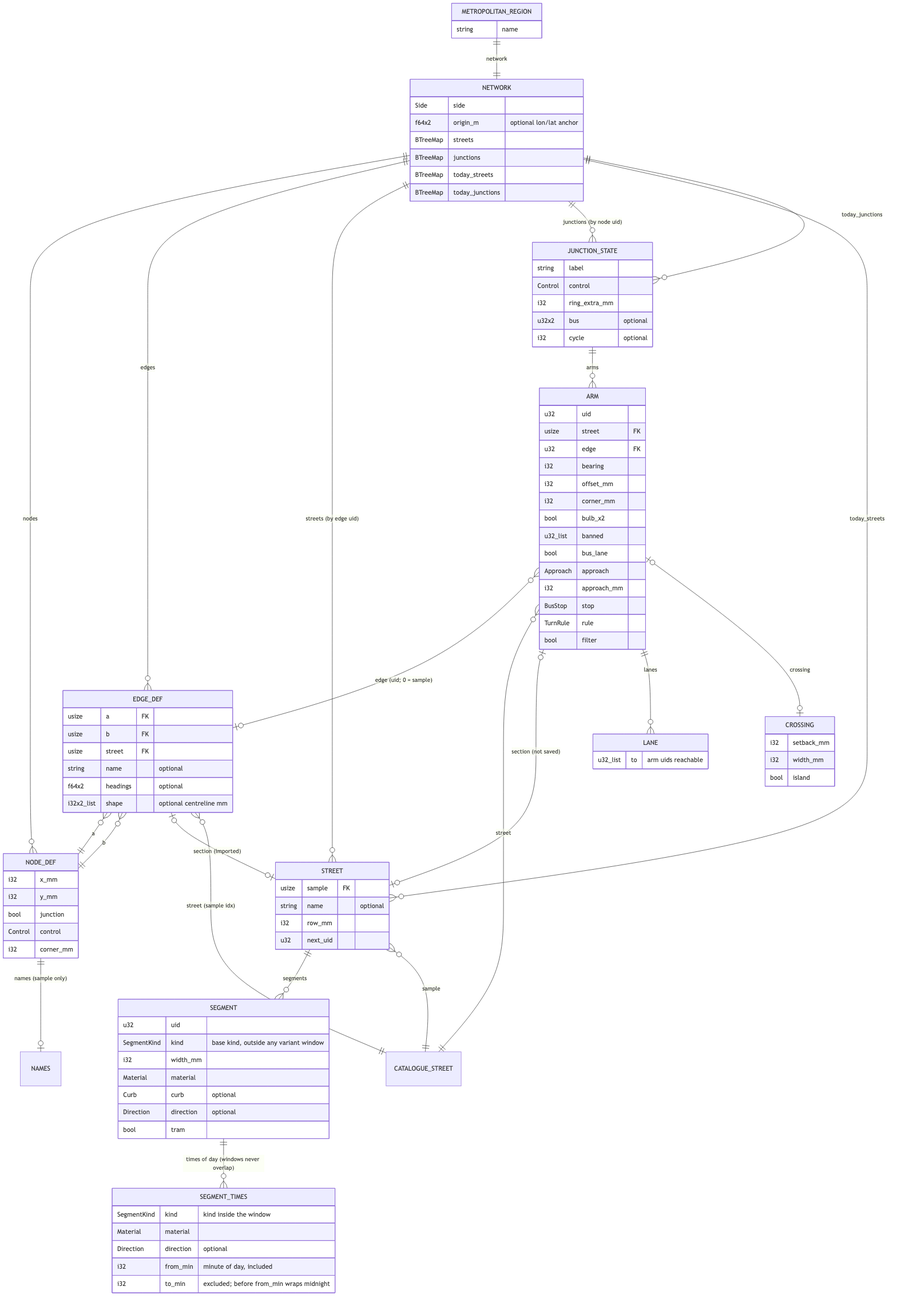
This is docs/erd.png from alandovskis/cityloom, a Mermaid export, as it was before one commit. Its source is kept beside it as docs/erd.mmd. The source it was exported from:
```mermaid
erDiagram
    METROPOLITAN_REGION ||--|| NETWORK : "network"

    NETWORK ||--o{ NODE_DEF : nodes
    NETWORK ||--o{ EDGE_DEF : edges
    NETWORK ||--o{ STREET : "streets (by edge uid)"
    NETWORK ||--o{ JUNCTION_STATE : "junctions (by node uid)"
    NETWORK ||--o{ STREET : "today_streets"
    NETWORK ||--o{ JUNCTION_STATE : "today_junctions"
    NODE_DEF ||--o| NAMES : "names (sample only)"
    EDGE_DEF }o--|| NODE_DEF : "a"
    EDGE_DEF }o--|| NODE_DEF : "b"
    EDGE_DEF |o--o| STREET : "section (imported)"
    EDGE_DEF }o--|| CATALOGUE_STREET : "street (sample idx)"

    STREET ||--o{ SEGMENT : segments
    STREET }o--|| CATALOGUE_STREET : "sample"
    SEGMENT ||--o{ SEGMENT_TIMES : "times of day (windows never overlap)"

    JUNCTION_STATE ||--o{ ARM : arms
    ARM }o--o| EDGE_DEF : "edge (uid; 0 = sample)"
    ARM }o--|| CATALOGUE_STREET : "street"
    ARM |o--o| STREET : "section (not saved)"
    ARM ||--o{ LANE : lanes
    ARM |o--o| CROSSING : crossing

    METROPOLITAN_REGION {
        string name
    }
    NETWORK {
        Side side
        f64x2 origin_m "optional lon/lat anchor"
        BTreeMap streets
        BTreeMap junctions
        BTreeMap today_streets
        BTreeMap today_junctions
    }
    NODE_DEF {
        i32 x_mm
        i32 y_mm
        bool junction
        Control control
        i32 corner_mm
    }
    EDGE_DEF {
        usize a FK
        usize b FK
        usize street FK
        string name "optional"
        f64x2 headings "optional"
        i32x2_list shape "optional centreline mm"
    }
    STREET {
        usize sample FK
        string name "optional"
        i32 row_mm
        u32 next_uid
    }
    SEGMENT {
        u32 uid
        SegmentKind kind "base kind, outside any variant window"
        i32 width_mm
        Material material
        Curb curb "optional"
        Direction direction "optional"
        bool tram
    }
    SEGMENT_TIMES {
        SegmentKind kind "kind inside the window"
        Material material
        Direction direction "optional"
        i32 from_min "minute of day, included"
        i32 to_min "excluded; before from_min wraps midnight"
    }
    JUNCTION_STATE {
        string label
        Control control
        i32 ring_extra_mm
        u32x2 bus "optional"
        i32 cycle "optional"
    }
    ARM {
        u32 uid
        usize street FK
        u32 edge FK
        i32 bearing
        i32 offset_mm
        i32 corner_mm
        bool bulb_x2
        u32_list banned
        bool bus_lane
        Approach approach
        i32 approach_mm
        BusStop stop
        TurnRule rule
        bool filter
    }
    LANE {
        u32_list to "arm uids reachable"
    }
    CROSSING {
        i32 setback_mm
        i32 width_mm
        bool island
    }
```
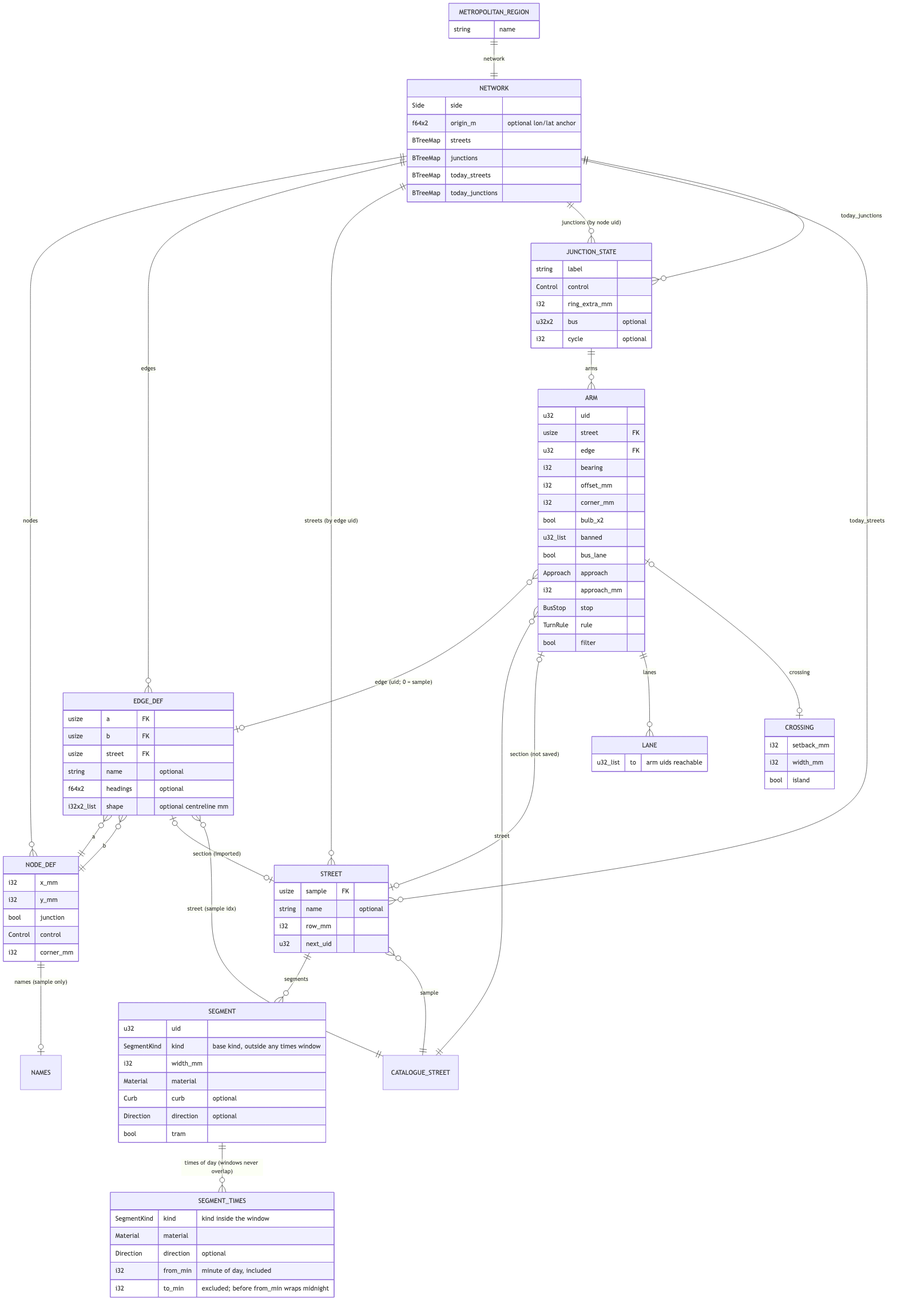
The same diagram one commit later.

Commit message:
docs(erd): base kind comment uses the new SEGMENT_TIMES wording

What changed in the source:
```diff
@@ -58,7 +58,7 @@
     }
     SEGMENT {
         u32 uid
-        SegmentKind kind "base kind, outside any variant window"
+        SegmentKind kind "base kind, outside any times window"
         i32 width_mm
         Material material
         Curb curb "optional"
```
